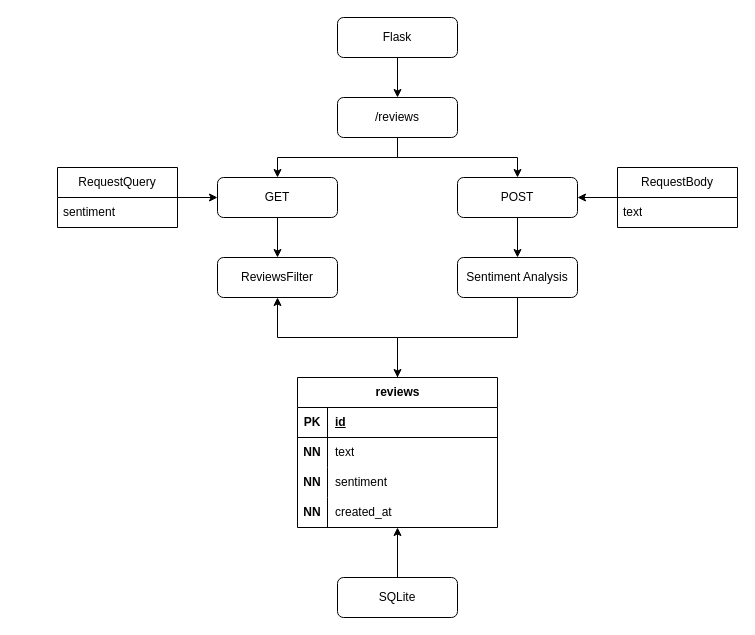
Before: _readme/Diagram.drawio in ames0k0/TT--Flask--User-Feedback-Collector, a draw.io diagram. Source tidied: cells renumbered, new cells numbered last; positions are measured from the earlier drawing's top-left corner, leaving out a move shared by most shapes. Both pictures are drawn from the tidied source at 100%, with x=0, y=0 at pixel (57, 17).
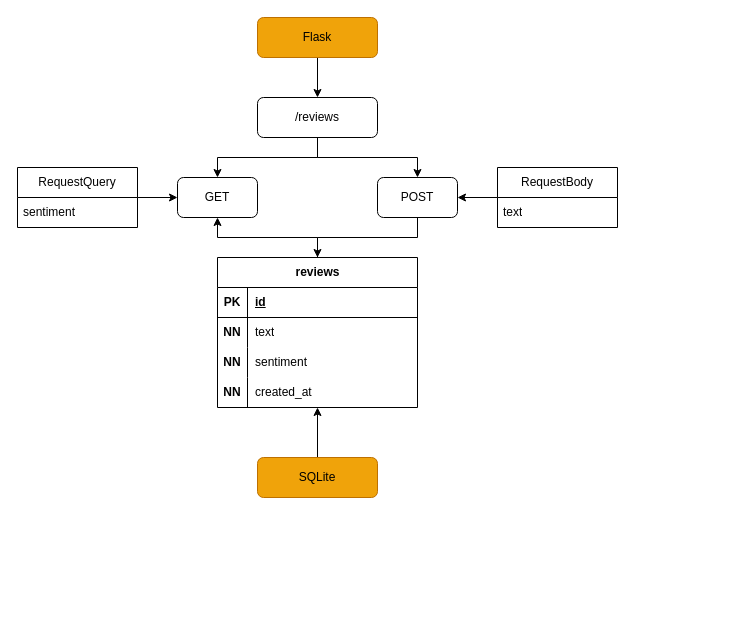
Above is the later version.

Change to the diagram source:
```diff
@@
-    <mxCell id="3" value="Flask" style="rounded=1;whiteSpace=wrap;html=1;" parent="1" vertex="1">
-      <mxGeometry x="280" width="120" height="40" as="geometry" />
+    <mxCell id="3" value="Flask" style="rounded=1;whiteSpace=wrap;html=1;fillColor=#f0a30a;fontColor=#000000;strokeColor=#BD7000;" parent="1" vertex="1">
+      <mxGeometry x="200" width="120" height="40" as="geometry" />
     </mxCell>
@@
-    <mxCell id="5" value="SQLite" style="rounded=1;whiteSpace=wrap;html=1;" parent="1" vertex="1">
-      <mxGeometry x="280" y="560" width="120" height="40" as="geometry" />
+    <mxCell id="5" value="SQLite" style="rounded=1;whiteSpace=wrap;html=1;fillColor=#f0a30a;fontColor=#000000;strokeColor=#BD7000;" parent="1" vertex="1">
+      <mxGeometry x="200" y="440" width="120" height="40" as="geometry" />
     </mxCell>
@@
     <mxCell id="8" value="/reviews" style="whiteSpace=wrap;html=1;rounded=1;" parent="1" vertex="1">
-      <mxGeometry x="280" y="80" width="120" height="40" as="geometry" />
+      <mxGeometry x="200" y="80" width="120" height="40" as="geometry" />
     </mxCell>
-    <mxCell id="9" style="edgeStyle=orthogonalEdgeStyle;rounded=0;jettySize=auto;html=1;" parent="1" edge="1" source="10" target="35">
-      <mxGeometry relative="1" as="geometry" />
-    </mxCell>
     <mxCell id="10" value="GET" style="whiteSpace=wrap;html=1;rounded=1;" parent="1" vertex="1">
-      <mxGeometry x="160" y="160" width="120" height="40" as="geometry" />
+      <mxGeometry x="120" y="160" width="80" height="40" as="geometry" />
     </mxCell>
-    <mxCell id="11" style="edgeStyle=orthogonalEdgeStyle;rounded=0;jettySize=auto;html=1;" parent="1" edge="1" source="12" target="34">
-      <mxGeometry relative="1" as="geometry" />
-    </mxCell>
+    <mxCell id="36" style="edgeStyle=orthogonalEdgeStyle;rounded=0;jettySize=auto;html=1;" parent="1" edge="1" source="12" target="14">
+      <mxGeometry relative="1" as="geometry" />
+    </mxCell>
     <mxCell id="12" value="POST" style="whiteSpace=wrap;html=1;rounded=1;" parent="1" vertex="1">
-      <mxGeometry x="400" y="160" width="120" height="40" as="geometry" />
+      <mxGeometry x="320" y="160" width="80" height="40" as="geometry" />
     </mxCell>
-    <mxCell id="13" style="edgeStyle=orthogonalEdgeStyle;rounded=0;jettySize=auto;html=1;" parent="1" edge="1" source="14" target="35">
-      <mxGeometry relative="1" as="geometry" />
-    </mxCell>
+    <mxCell id="37" style="edgeStyle=orthogonalEdgeStyle;rounded=0;jettySize=auto;html=1;" parent="1" edge="1" source="14" target="10">
+      <mxGeometry relative="1" as="geometry" />
+    </mxCell>
     <mxCell id="14" value="reviews" style="shape=table;startSize=30;childLayout=tableLayout;rowLines=0;fontStyle=1;align=center;html=1;" parent="1" vertex="1">
-      <mxGeometry x="240" y="360" width="200" height="150" as="geometry" />
+      <mxGeometry x="160" y="240" width="200" height="150" as="geometry" />
     </mxCell>
@@
     <mxCell id="28" value="RequestBody" style="swimlane;fontStyle=0;horizontal=1;startSize=30;whiteSpace=wrap;html=1;" parent="1" vertex="1">
-      <mxGeometry x="560" y="150" width="120" height="60" as="geometry" />
+      <mxGeometry x="440" y="150" width="120" height="60" as="geometry" />
     </mxCell>
@@
     <mxCell id="31" value="RequestQuery" style="swimlane;fontStyle=0;horizontal=1;startSize=30;whiteSpace=wrap;html=1;" parent="1" vertex="1">
-      <mxGeometry y="150" width="120" height="60" as="geometry" />
+      <mxGeometry x="-40" y="150" width="120" height="60" as="geometry" />
     </mxCell>
@@
-    <mxCell id="33" style="edgeStyle=orthogonalEdgeStyle;rounded=0;jettySize=auto;html=1;" parent="1" edge="1" source="34" target="14">
-      <mxGeometry relative="1" as="geometry" />
-    </mxCell>
-    <mxCell id="34" value="Sentiment Analysis" style="rounded=1;whiteSpace=wrap;html=1;" parent="1" vertex="1">
-      <mxGeometry x="400" y="240" width="120" height="40" as="geometry" />
-    </mxCell>
-    <mxCell id="35" value="ReviewsFilter" style="rounded=1;whiteSpace=wrap;html=1;" parent="1" vertex="1">
-      <mxGeometry x="160" y="240" width="120" height="40" as="geometry" />
-    </mxCell>
```
